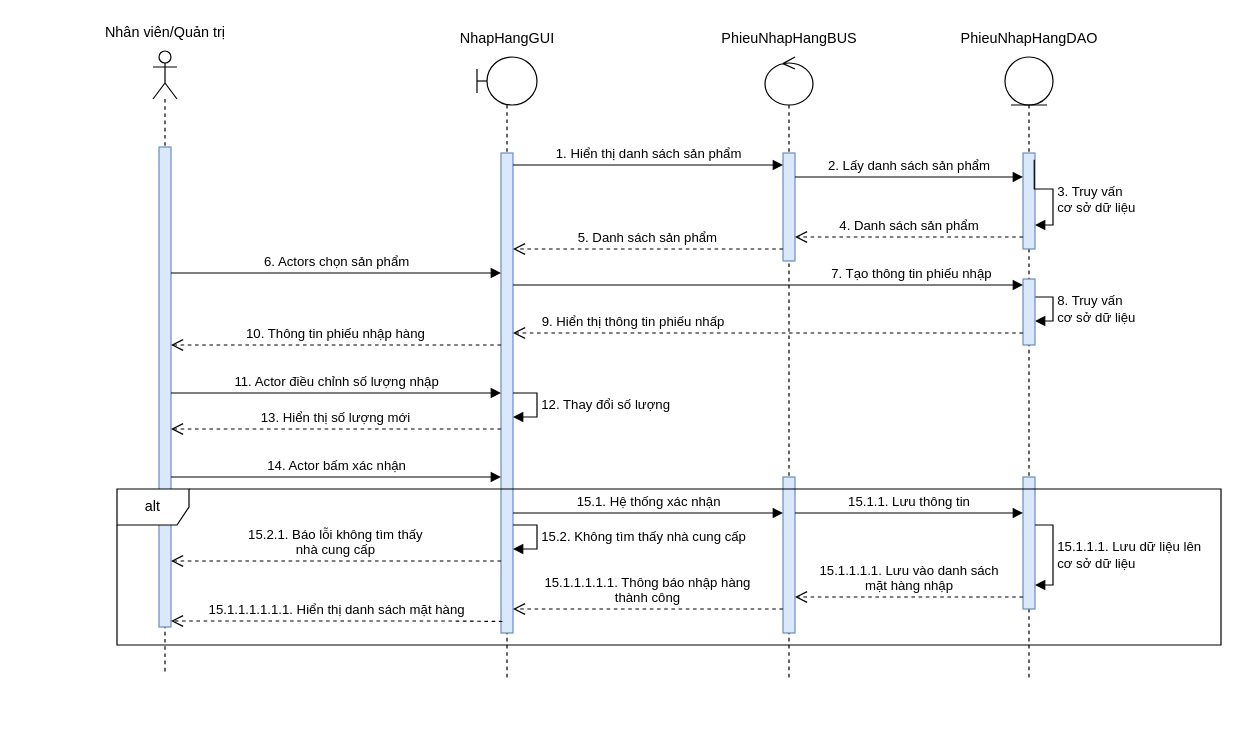
EdgarIgnite16/OOAD-Project keeps this draw.io diagram as Sequence Diagrams/Quang Võ/SD_NhậpHàng.drawio. Above is the earlier version. Source tidied: cells renumbered, new cells numbered last; positions are measured from the earlier drawing's top-left corner, leaving out a move shared by most shapes. Both pictures are drawn from the tidied source at 120%, with x=0, y=0 at pixel (92, 20).
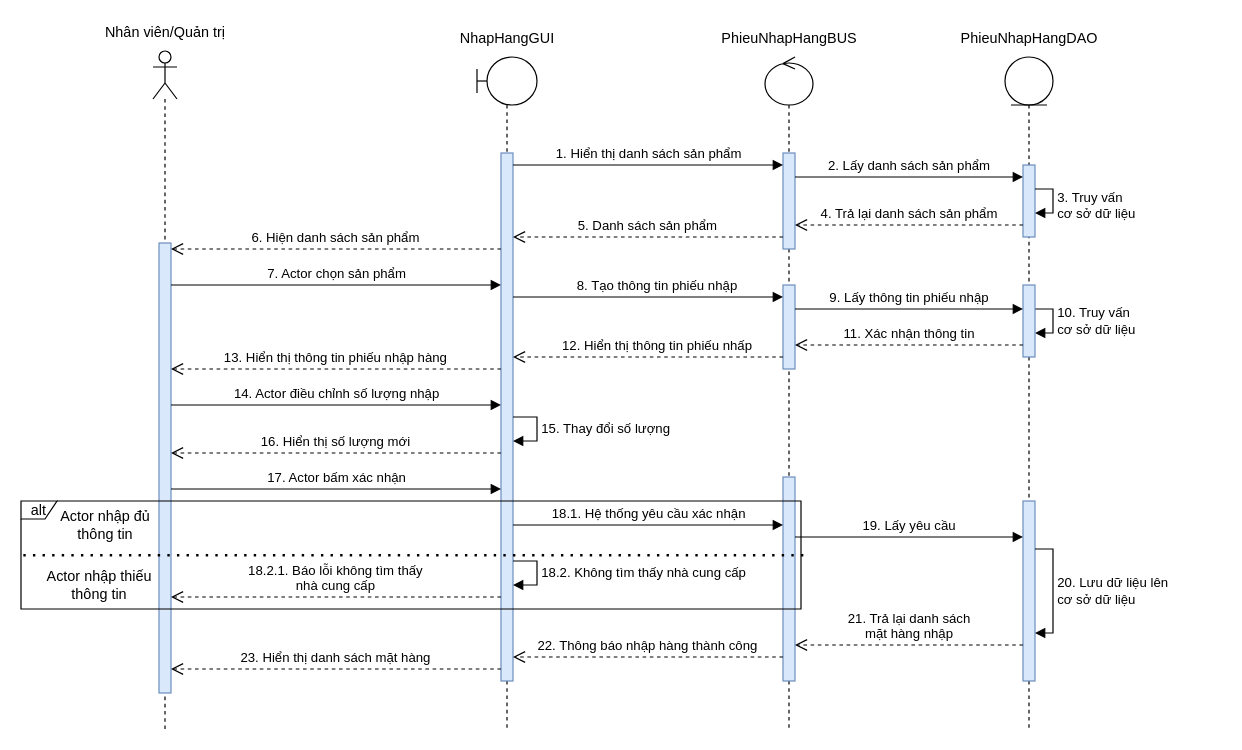
The same diagram, later.

Change to the diagram source:
```diff
@@
     <mxCell id="2" style="shape=umlLifeline;participant=umlActor;perimeter=lifelinePerimeter;whiteSpace=wrap;html=1;verticalAlign=top;spacingTop=36;" parent="1" vertex="1">
-      <mxGeometry x="50" y="25" width="20" height="520" as="geometry" />
+      <mxGeometry x="50" y="25" width="20" height="565" as="geometry" />
     </mxCell>
     <mxCell id="3" style="html=1;points=[];perimeter=orthogonalPerimeter;fillColor=#dae8fc;strokeColor=#6c8ebf;" parent="2" vertex="1">
-      <mxGeometry x="5" y="80" width="10" height="400" as="geometry" />
+      <mxGeometry x="5" y="160" width="10" height="375" as="geometry" />
     </mxCell>
@@
     <mxCell id="5" style="shape=umlLifeline;participant=umlBoundary;perimeter=lifelinePerimeter;whiteSpace=wrap;html=1;verticalAlign=top;spacingTop=36;" parent="1" vertex="1">
-      <mxGeometry x="320" y="30" width="50" height="520" as="geometry" />
+      <mxGeometry x="320" y="30" width="50" height="560" as="geometry" />
     </mxCell>
     <mxCell id="6" style="html=1;points=[];perimeter=orthogonalPerimeter;fillColor=#dae8fc;strokeColor=#6c8ebf;" parent="5" vertex="1">
-      <mxGeometry x="20" y="80" width="10" height="400" as="geometry" />
+      <mxGeometry x="20" y="80" width="10" height="440" as="geometry" />
     </mxCell>
-    <mxCell id="7" value="15.2. Không tìm thấy nhà cung cấp" style="edgeStyle=orthogonalEdgeStyle;html=1;align=left;spacingLeft=2;endArrow=block;rounded=0;" parent="5" edge="1">
+    <mxCell id="7" value="18.2. Không tìm thấy nhà cung cấp" style="edgeStyle=orthogonalEdgeStyle;html=1;align=left;spacingLeft=2;endArrow=block;rounded=0;" parent="5" edge="1" source="6" target="6">
       <mxGeometry relative="1" as="geometry">
-        <mxPoint x="30" y="390" as="sourcePoint" />
-        <mxPoint x="30" y="410" as="targetPoint" />
         <Array as="points">
-          <mxPoint x="50" y="390" />
-          <mxPoint x="50" y="410" />
+          <mxPoint x="50" y="420" />
+          <mxPoint x="50" y="440" />
         </Array>
       </mxGeometry>
     </mxCell>
-    <mxCell id="8" value="12. Thay đổi số lượng" style="edgeStyle=orthogonalEdgeStyle;html=1;align=left;spacingLeft=2;endArrow=block;rounded=0;" parent="5" edge="1" source="6" target="6">
+    <mxCell id="8" value="15. Thay đổi số lượng" style="edgeStyle=orthogonalEdgeStyle;html=1;align=left;spacingLeft=2;endArrow=block;rounded=0;" parent="5" edge="1" source="6" target="6">
       <mxGeometry relative="1" as="geometry">
         <Array as="points">
-          <mxPoint x="50" y="280" />
           <mxPoint x="50" y="300" />
+          <mxPoint x="50" y="320" />
         </Array>
       </mxGeometry>
     </mxCell>
     <mxCell id="9" style="shape=umlLifeline;participant=umlControl;perimeter=lifelinePerimeter;whiteSpace=wrap;html=1;verticalAlign=top;spacingTop=36;" parent="1" vertex="1">
-      <mxGeometry x="560" y="30" width="40" height="520" as="geometry" />
+      <mxGeometry x="560" y="30" width="40" height="560" as="geometry" />
     </mxCell>
     <mxCell id="10" style="html=1;points=[];perimeter=orthogonalPerimeter;fillColor=#dae8fc;strokeColor=#6c8ebf;" parent="9" vertex="1">
-      <mxGeometry x="15" y="80" width="10" height="90" as="geometry" />
+      <mxGeometry x="15" y="80" width="10" height="80" as="geometry" />
     </mxCell>
     <mxCell id="11" style="html=1;points=[];perimeter=orthogonalPerimeter;fillColor=#dae8fc;strokeColor=#6c8ebf;" parent="9" vertex="1">
-      <mxGeometry x="15" y="350" width="10" height="130" as="geometry" />
+      <mxGeometry x="15" y="350" width="10" height="170" as="geometry" />
     </mxCell>
+    <mxCell id="40" style="html=1;points=[];perimeter=orthogonalPerimeter;fillColor=#dae8fc;strokeColor=#6c8ebf;" parent="9" vertex="1">
+      <mxGeometry x="15" y="190" width="10" height="70" as="geometry" />
+    </mxCell>
@@
     <mxCell id="14" style="shape=umlLifeline;participant=umlEntity;perimeter=lifelinePerimeter;whiteSpace=wrap;html=1;verticalAlign=top;spacingTop=36;" parent="1" vertex="1">
-      <mxGeometry x="760" y="30" width="40" height="520" as="geometry" />
+      <mxGeometry x="760" y="30" width="40" height="560" as="geometry" />
     </mxCell>
     <mxCell id="15" style="html=1;points=[];perimeter=orthogonalPerimeter;fillColor=#dae8fc;strokeColor=#6c8ebf;" parent="14" vertex="1">
-      <mxGeometry x="15" y="80" width="10" height="80" as="geometry" />
+      <mxGeometry x="15" y="90" width="10" height="60" as="geometry" />
     </mxCell>
-    <mxCell id="16" value="3. Truy vấn&lt;br&gt;cơ sở dữ liệu" style="edgeStyle=orthogonalEdgeStyle;html=1;align=left;spacingLeft=2;endArrow=block;rounded=0;exitX=0.936;exitY=0.071;exitDx=0;exitDy=0;exitPerimeter=0;" parent="14" edge="1" source="15" target="15">
+    <mxCell id="16" value="3. Truy vấn&lt;br&gt;cơ sở dữ liệu" style="edgeStyle=orthogonalEdgeStyle;html=1;align=left;spacingLeft=2;endArrow=block;rounded=0;" parent="14" edge="1" source="15" target="15">
       <mxGeometry x="0.16" relative="1" as="geometry">
         <Array as="points">
-          <mxPoint x="24" y="110" />
           <mxPoint x="40" y="110" />
-          <mxPoint x="40" y="140" />
+          <mxPoint x="40" y="130" />
         </Array>
       </mxGeometry>
     </mxCell>
-    <mxCell id="17" value="8. Truy vấn&lt;br&gt;cơ sở dữ liệu" style="edgeStyle=orthogonalEdgeStyle;html=1;align=left;spacingLeft=2;endArrow=block;rounded=0;" parent="14" edge="1" source="18" target="18">
+    <mxCell id="17" value="10. Truy vấn&lt;br&gt;cơ sở dữ liệu" style="edgeStyle=orthogonalEdgeStyle;html=1;align=left;spacingLeft=2;endArrow=block;rounded=0;" parent="14" edge="1" source="18" target="18">
       <mxGeometry relative="1" as="geometry">
         <Array as="points">
-          <mxPoint x="40" y="200" />
-          <mxPoint x="40" y="220" />
+          <mxPoint x="40" y="210" />
+          <mxPoint x="40" y="230" />
         </Array>
       </mxGeometry>
     </mxCell>
     <mxCell id="18" style="html=1;points=[];perimeter=orthogonalPerimeter;fillColor=#dae8fc;strokeColor=#6c8ebf;" parent="14" vertex="1">
-      <mxGeometry x="15" y="185" width="10" height="55" as="geometry" />
+      <mxGeometry x="15" y="190" width="10" height="60" as="geometry" />
     </mxCell>
     <mxCell id="19" style="html=1;points=[];perimeter=orthogonalPerimeter;fillColor=#dae8fc;strokeColor=#6c8ebf;" parent="14" vertex="1">
-      <mxGeometry x="15" y="350" width="10" height="110" as="geometry" />
+      <mxGeometry x="15" y="370" width="10" height="150" as="geometry" />
     </mxCell>
-    <mxCell id="20" value="15.1.1.1. Lưu dữ liệu lên&lt;br&gt;cơ sở dữ liệu" style="edgeStyle=orthogonalEdgeStyle;html=1;align=left;spacingLeft=2;endArrow=block;rounded=0;" parent="14" edge="1" source="19" target="19">
+    <mxCell id="20" value="20. Lưu dữ liệu lên&lt;br&gt;cơ sở dữ liệu" style="edgeStyle=orthogonalEdgeStyle;html=1;align=left;spacingLeft=2;endArrow=block;rounded=0;" parent="14" edge="1" source="19" target="19">
       <mxGeometry relative="1" as="geometry">
         <Array as="points">
-          <mxPoint x="40" y="390" />
-          <mxPoint x="40" y="440" />
+          <mxPoint x="40" y="410" />
+          <mxPoint x="40" y="480" />
         </Array>
       </mxGeometry>
     </mxCell>
@@
-    <mxCell id="22" value="6. Actors chọn sản phẩm" style="html=1;verticalAlign=bottom;endArrow=block;rounded=0;" parent="1" edge="1" source="3" target="6">
+    <mxCell id="22" value="7. Actor chọn sản phẩm" style="html=1;verticalAlign=bottom;endArrow=block;rounded=0;" parent="1" edge="1" source="3" target="6">
       <mxGeometry relative="1" as="geometry">
         <Array as="points">
-          <mxPoint x="250" y="210" />
+          <mxPoint x="250" y="220" />
         </Array>
       </mxGeometry>
     </mxCell>
@@
-    <mxCell id="25" value="4. Danh sách sản phẩm" style="html=1;verticalAlign=bottom;endArrow=open;dashed=1;endSize=8;rounded=0;" parent="1" edge="1" source="15" target="10">
+    <mxCell id="25" value="4. Trả lại danh sách sản phẩm" style="html=1;verticalAlign=bottom;endArrow=open;dashed=1;endSize=8;rounded=0;" parent="1" edge="1" source="15" target="10">
       <mxGeometry relative="1" as="geometry">
         <Array as="points">
-          <mxPoint x="700" y="180" />
+          <mxPoint x="700" y="170" />
         </Array>
       </mxGeometry>
     </mxCell>
     <mxCell id="26" value="5. Danh sách sản phẩm" style="html=1;verticalAlign=bottom;endArrow=open;dashed=1;endSize=8;rounded=0;" parent="1" edge="1" source="10" target="6">
       <mxGeometry relative="1" as="geometry">
         <Array as="points">
-          <mxPoint x="450" y="190" />
+          <mxPoint x="450" y="180" />
         </Array>
       </mxGeometry>
     </mxCell>
-    <mxCell id="27" value="7. Tạo thông tin phiếu nhập" style="html=1;verticalAlign=bottom;endArrow=block;rounded=0;" parent="1" edge="1" source="6" target="18">
-      <mxGeometry x="0.56" relative="1" as="geometry">
+    <mxCell id="27" value="8. Tạo thông tin phiếu nhập" style="html=1;verticalAlign=bottom;endArrow=block;rounded=0;" parent="1" edge="1" source="6" target="40">
+      <mxGeometry x="0.07" relative="1" as="geometry">
         <Array as="points">
-          <mxPoint x="630" y="220" />
+          <mxPoint x="530" y="230" />
         </Array>
       </mxGeometry>
     </mxCell>
-    <mxCell id="28" value="9. Hiển thị thông tin phiếu nhấp" style="html=1;verticalAlign=bottom;endArrow=open;dashed=1;endSize=8;rounded=0;" parent="1" edge="1" source="18" target="6">
-      <mxGeometry x="0.53" relative="1" as="geometry">
+    <mxCell id="28" value="12. Hiển thị thông tin phiếu nhấp" style="html=1;verticalAlign=bottom;endArrow=open;dashed=1;endSize=8;rounded=0;" parent="1" edge="1" source="40" target="6">
+      <mxGeometry x="-0.07" relative="1" as="geometry">
         <Array as="points">
-          <mxPoint x="560" y="260" />
+          <mxPoint x="560" y="280" />
+          <mxPoint x="460" y="280" />
         </Array>
       </mxGeometry>
     </mxCell>
-    <mxCell id="29" value="alt" style="shape=umlFrame;whiteSpace=wrap;html=1;" parent="1" vertex="1">
-      <mxGeometry x="20" y="390" width="920" height="130" as="geometry" />
-    </mxCell>
-    <mxCell id="30" value="14. Actor bấm xác nhận" style="html=1;verticalAlign=bottom;endArrow=block;rounded=0;" parent="1" edge="1" source="3">
+    <mxCell id="30" value="17. Actor bấm xác nhận" style="html=1;verticalAlign=bottom;endArrow=block;rounded=0;" parent="1" edge="1" source="3" target="6">
       <mxGeometry relative="1" as="geometry">
-        <mxPoint x="340" y="380" as="targetPoint" />
         <Array as="points">
-          <mxPoint x="240" y="380" />
+          <mxPoint x="240" y="390" />
         </Array>
       </mxGeometry>
     </mxCell>
-    <mxCell id="31" value="15.1. Hệ thống xác nhận" style="html=1;verticalAlign=bottom;endArrow=block;rounded=0;" parent="1" edge="1" target="11">
+    <mxCell id="31" value="18.1. Hệ thống yêu cầu xác nhận" style="html=1;verticalAlign=bottom;endArrow=block;rounded=0;" parent="1" edge="1" source="6" target="11">
       <mxGeometry relative="1" as="geometry">
-        <mxPoint x="350" y="410" as="sourcePoint" />
         <Array as="points">
-          <mxPoint x="440" y="410" />
+          <mxPoint x="450" y="420" />
         </Array>
       </mxGeometry>
     </mxCell>
-    <mxCell id="32" value="15.1.1. Lưu thông tin" style="html=1;verticalAlign=bottom;endArrow=block;rounded=0;" parent="1" edge="1" source="11" target="19">
+    <mxCell id="32" value="19. Lấy yêu cầu" style="html=1;verticalAlign=bottom;endArrow=block;rounded=0;" parent="1" edge="1" source="11" target="19">
       <mxGeometry relative="1" as="geometry">
         <Array as="points">
-          <mxPoint x="680" y="410" />
+          <mxPoint x="680" y="430" />
         </Array>
       </mxGeometry>
     </mxCell>
-    <mxCell id="33" value="15.1.1.1.1. Lưu vào danh sách&lt;br&gt;mặt hàng nhập" style="html=1;verticalAlign=bottom;endArrow=open;dashed=1;endSize=8;rounded=0;" parent="1" edge="1" source="19" target="11">
+    <mxCell id="33" value="21. Trả lại danh sách&lt;br&gt;mặt hàng nhập" style="html=1;verticalAlign=bottom;endArrow=open;dashed=1;endSize=8;rounded=0;" parent="1" edge="1" source="19" target="11">
       <mxGeometry relative="1" as="geometry">
         <Array as="points">
-          <mxPoint x="680" y="480" />
+          <mxPoint x="680" y="520" />
         </Array>
       </mxGeometry>
     </mxCell>
-    <mxCell id="34" value="15.2.1. Báo lỗi không tìm thấy&lt;br&gt;nhà cung cấp" style="html=1;verticalAlign=bottom;endArrow=open;dashed=1;endSize=8;rounded=0;" parent="1" edge="1" target="3">
+    <mxCell id="34" value="18.2.1. Báo lỗi không tìm thấy&lt;br&gt;nhà cung cấp" style="html=1;verticalAlign=bottom;endArrow=open;dashed=1;endSize=8;rounded=0;" parent="1" edge="1" source="6" target="3">
       <mxGeometry relative="1" as="geometry">
-        <mxPoint x="340" y="450" as="sourcePoint" />
         <Array as="points">
-          <mxPoint x="260" y="450" />
+          <mxPoint x="250" y="480" />
         </Array>
       </mxGeometry>
     </mxCell>
-    <mxCell id="35" value="15.1.1.1.1.1. Thông báo nhập hàng&lt;br&gt;thành công" style="html=1;verticalAlign=bottom;endArrow=open;dashed=1;endSize=8;rounded=0;" parent="1" edge="1" source="11" target="6">
+    <mxCell id="35" value="22. Thông báo nhập hàng thành công" style="html=1;verticalAlign=bottom;endArrow=open;dashed=1;endSize=8;rounded=0;" parent="1" edge="1" source="11" target="6">
       <mxGeometry relative="1" as="geometry">
         <Array as="points">
-          <mxPoint x="450" y="490" />
+          <mxPoint x="450" y="530" />
         </Array>
       </mxGeometry>
     </mxCell>
-    <mxCell id="36" value="15.1.1.1.1.1.1. Hiển thị danh sách mặt hàng" style="html=1;verticalAlign=bottom;endArrow=open;dashed=1;endSize=8;rounded=0;exitX=0.12;exitY=0.976;exitDx=0;exitDy=0;exitPerimeter=0;" parent="1" edge="1" source="6" target="3">
+    <mxCell id="36" value="23. Hiển thị danh sách mặt hàng" style="html=1;verticalAlign=bottom;endArrow=open;dashed=1;endSize=8;rounded=0;" parent="1" edge="1" source="6" target="3">
       <mxGeometry relative="1" as="geometry">
         <Array as="points">
-          <mxPoint x="300" y="500" />
-          <mxPoint x="260" y="500" />
+          <mxPoint x="300" y="540" />
+          <mxPoint x="260" y="540" />
         </Array>
       </mxGeometry>
     </mxCell>
-    <mxCell id="37" value="10. Thông tin phiếu nhập hàng" style="html=1;verticalAlign=bottom;endArrow=open;dashed=1;endSize=8;rounded=0;" parent="1" edge="1" source="6" target="3">
+    <mxCell id="37" value="13. Hiển thị thông tin phiếu nhập hàng" style="html=1;verticalAlign=bottom;endArrow=open;dashed=1;endSize=8;rounded=0;" parent="1" edge="1" source="6" target="3">
       <mxGeometry relative="1" as="geometry">
         <Array as="points">
-          <mxPoint x="260" y="270" />
+          <mxPoint x="260" y="290" />
         </Array>
       </mxGeometry>
     </mxCell>
-    <mxCell id="38" value="11. Actor điều chỉnh số lượng nhập" style="html=1;verticalAlign=bottom;endArrow=block;rounded=0;" parent="1" edge="1" source="3" target="6">
+    <mxCell id="38" value="14. Actor điều chỉnh số lượng nhập" style="html=1;verticalAlign=bottom;endArrow=block;rounded=0;" parent="1" edge="1" source="3" target="6">
       <mxGeometry relative="1" as="geometry">
         <Array as="points">
-          <mxPoint x="250" y="310" />
+          <mxPoint x="250" y="320" />
         </Array>
       </mxGeometry>
     </mxCell>
-    <mxCell id="39" value="13. Hiển thị số lượng mới" style="html=1;verticalAlign=bottom;endArrow=open;dashed=1;endSize=8;rounded=0;" parent="1" edge="1" source="6" target="3">
+    <mxCell id="39" value="16. Hiển thị số lượng mới" style="html=1;verticalAlign=bottom;endArrow=open;dashed=1;endSize=8;rounded=0;" parent="1" edge="1" source="6" target="3">
       <mxGeometry relative="1" as="geometry">
         <Array as="points">
-          <mxPoint x="240" y="340" />
+          <mxPoint x="240" y="360" />
         </Array>
       </mxGeometry>
     </mxCell>
+    <mxCell id="41" value="6. Hiện danh sách sản phẩm" style="html=1;verticalAlign=bottom;endArrow=open;dashed=1;endSize=8;rounded=0;" parent="1" edge="1" source="6" target="3">
+      <mxGeometry relative="1" as="geometry">
+        <Array as="points">
+          <mxPoint x="210" y="190" />
+        </Array>
+      </mxGeometry>
+    </mxCell>
+    <mxCell id="42" value="9. Lấy thông tin phiếu nhập" style="html=1;verticalAlign=bottom;endArrow=block;rounded=0;" parent="1" edge="1" source="40" target="18">
+      <mxGeometry relative="1" as="geometry">
+        <Array as="points">
+          <mxPoint x="680" y="240" />
+        </Array>
+      </mxGeometry>
+    </mxCell>
+    <mxCell id="43" value="11. Xác nhận thông tin" style="html=1;verticalAlign=bottom;endArrow=open;dashed=1;endSize=8;rounded=0;" parent="1" edge="1" source="18" target="40">
+      <mxGeometry relative="1" as="geometry">
+        <Array as="points">
+          <mxPoint x="680" y="270" />
+        </Array>
+      </mxGeometry>
+    </mxCell>
+    <mxCell id="29" value="alt" style="shape=umlFrame;whiteSpace=wrap;html=1;width=30;height=15;" parent="1" vertex="1">
+      <mxGeometry x="-60" y="400" width="650" height="90" as="geometry" />
+    </mxCell>
+    <mxCell id="44" style="endArrow=none;dashed=1;html=1;dashPattern=1 3;strokeWidth=2;rounded=0;exitX=0.003;exitY=0.502;exitDx=0;exitDy=0;exitPerimeter=0;entryX=1.004;entryY=0.502;entryDx=0;entryDy=0;entryPerimeter=0;" parent="1" edge="1" source="29" target="29">
+      <mxGeometry relative="1" as="geometry" />
+    </mxCell>
+    <mxCell id="45" value="Actor nhập đủ&lt;br&gt;thông tin" style="text;html=1;align=center;verticalAlign=middle;strokeColor=none;fillColor=none;" parent="1" vertex="1">
+      <mxGeometry x="-40" y="400" width="100" height="40" as="geometry" />
+    </mxCell>
+    <mxCell id="46" value="Actor nhập thiếu&lt;br&gt;thông tin" style="text;html=1;align=center;verticalAlign=middle;strokeColor=none;fillColor=none;" parent="1" vertex="1">
+      <mxGeometry x="-50" y="450" width="110" height="40" as="geometry" />
+    </mxCell>
```
